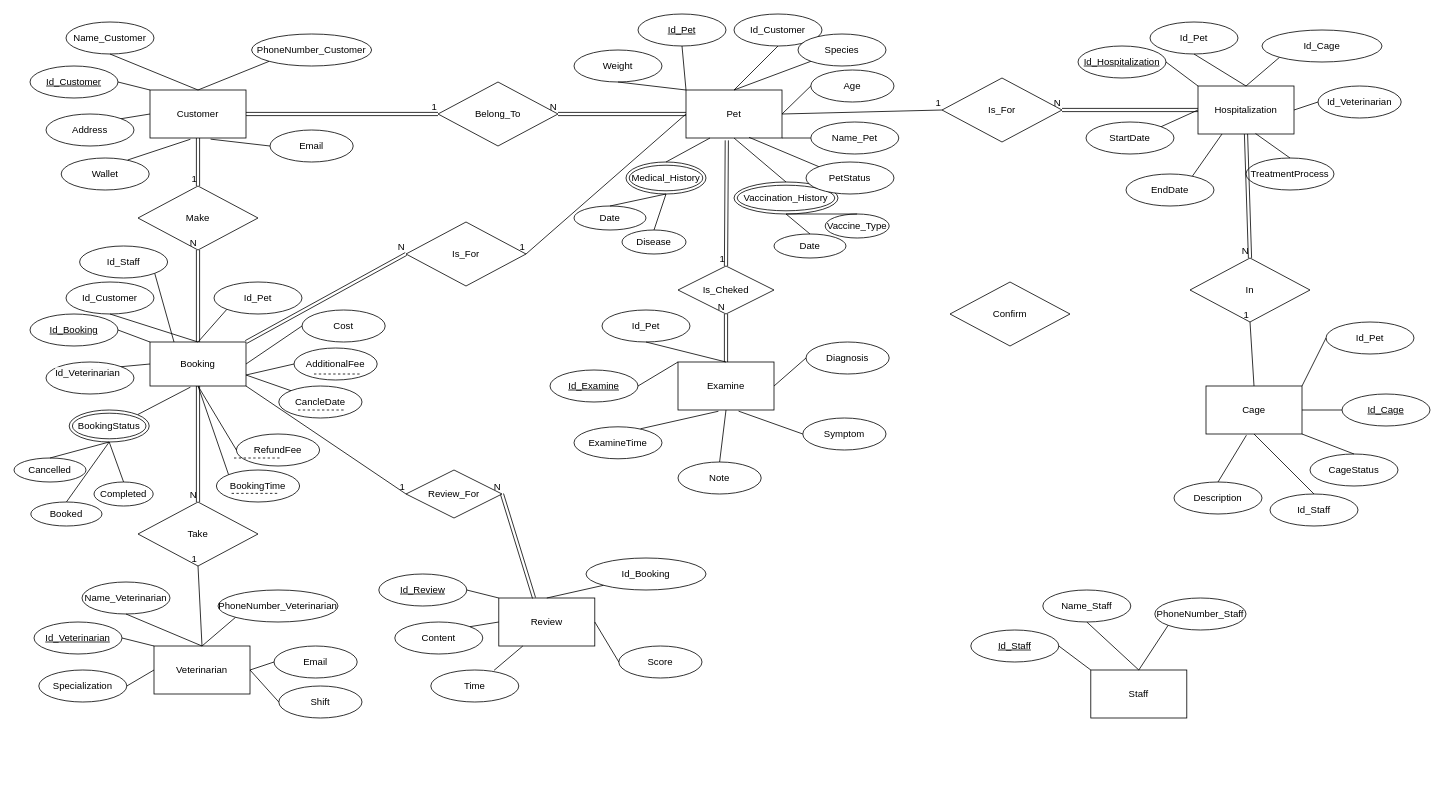
Before: ERDOfProject.drawio in haq1904/PetHealthCareSystemProject, a draw.io diagram. Source tidied: cells renumbered, new cells numbered last; positions are measured from the earlier drawing's top-left corner, leaving out a move shared by most shapes. Both pictures are drawn from the tidied source at 80%, with x=0, y=0 at pixel (14, 14).
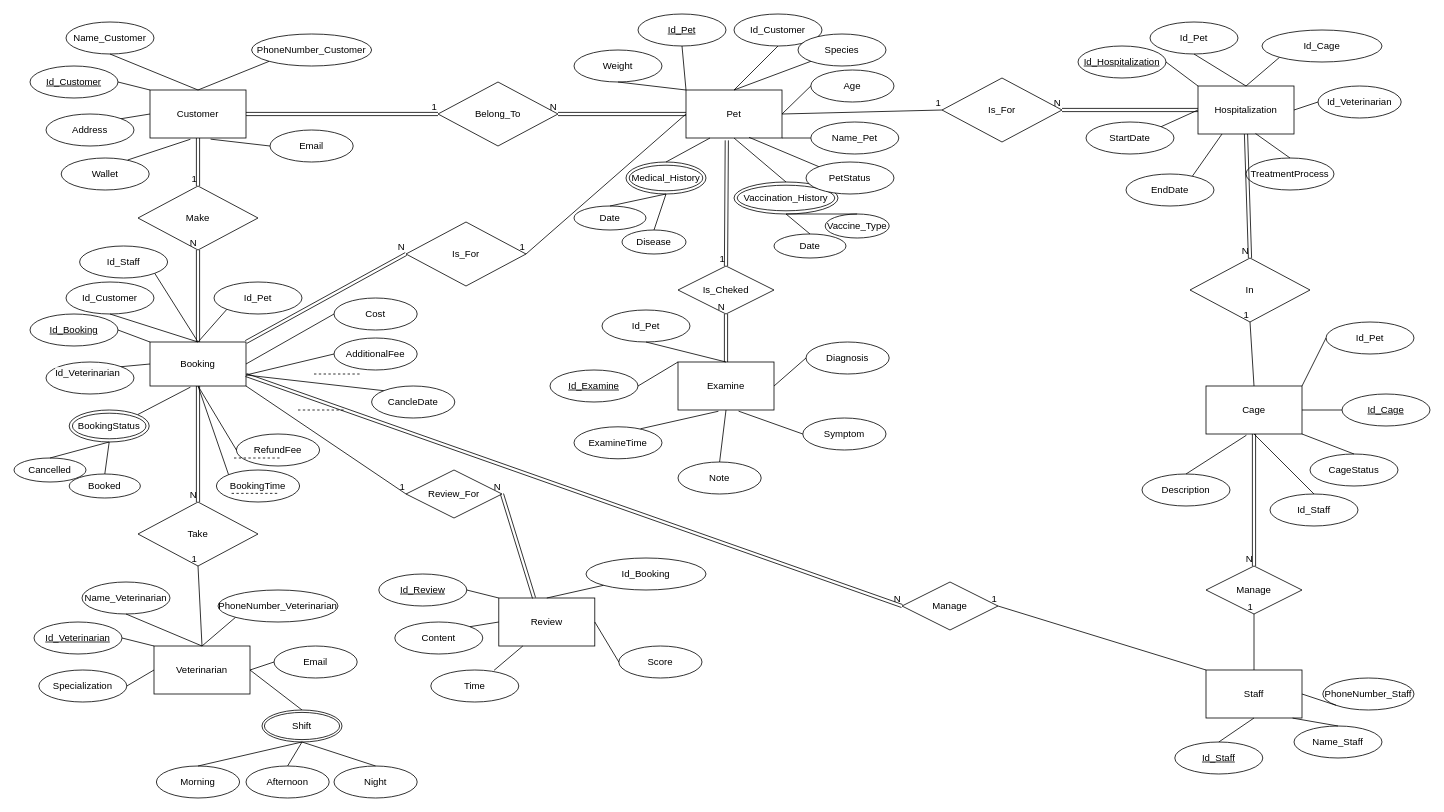
Above is the later version.

Commit message (it also covers changes not shown here):
Cập nhật ERDOfProject.drawio

Unchanged cells that the change refers to:
```xml
<mxCell id="47" value="Veterinarian" style="rounded=0;whiteSpace=wrap;html=1;" parent="1" vertex="1">
  <mxGeometry x="175" y="790" width="120" height="60" as="geometry" />
</mxCell>
<mxCell id="58" value="Booking" style="rounded=0;whiteSpace=wrap;html=1;" parent="1" vertex="1">
  <mxGeometry x="170" y="410" width="120" height="55" as="geometry" />
</mxCell>
<mxCell id="72" value="BookingStatus" style="ellipse;shape=doubleEllipse;whiteSpace=wrap;html=1;" parent="1" vertex="1">
  <mxGeometry x="69" y="495" width="100" height="40" as="geometry" />
</mxCell>
<mxCell id="85" value="Cage" style="rounded=0;whiteSpace=wrap;html=1;" parent="1" vertex="1">
  <mxGeometry x="1490" y="465" width="120" height="60" as="geometry" />
</mxCell>
<mxCell id="182" value="Id_Staff" style="ellipse;whiteSpace=wrap;html=1;" parent="1" vertex="1">
  <mxGeometry x="82" y="290" width="110" height="40" as="geometry" />
</mxCell>
```

The edit, as a diff of the source:
```diff
@@
     <mxCell id="40" value="Staff" style="rounded=0;whiteSpace=wrap;html=1;" parent="1" vertex="1">
-      <mxGeometry x="1346" y="820" width="120" height="60" as="geometry" />
+      <mxGeometry x="1490" y="820" width="120" height="60" as="geometry" />
     </mxCell>
     <mxCell id="41" value="&lt;u&gt;Id_Staff&lt;/u&gt;" style="ellipse;whiteSpace=wrap;html=1;" parent="1" vertex="1">
-      <mxGeometry x="1196" y="770" width="110" height="40" as="geometry" />
+      <mxGeometry x="1451" y="910" width="110" height="40" as="geometry" />
     </mxCell>
     <mxCell id="42" value="Name_Staff" style="ellipse;whiteSpace=wrap;html=1;" parent="1" vertex="1">
-      <mxGeometry x="1286" y="720" width="110" height="40" as="geometry" />
+      <mxGeometry x="1600" y="890" width="110" height="40" as="geometry" />
     </mxCell>
     <mxCell id="43" value="PhoneNumber_Staff" style="ellipse;whiteSpace=wrap;html=1;" parent="1" vertex="1">
-      <mxGeometry x="1426" y="730" width="114" height="40" as="geometry" />
+      <mxGeometry x="1636" y="830" width="114" height="40" as="geometry" />
     </mxCell>
-    <mxCell id="44" style="endArrow=none;html=1;rounded=0;entryX=0;entryY=1;entryDx=0;entryDy=0;exitX=0.5;exitY=0;exitDx=0;exitDy=0;" parent="1" edge="1" source="40" target="43">
+    <mxCell id="44" style="endArrow=none;html=1;rounded=0;entryX=0;entryY=1;entryDx=0;entryDy=0;exitX=1;exitY=0.5;exitDx=0;exitDy=0;" parent="1" edge="1" source="40" target="43">
       <mxGeometry relative="1" as="geometry" />
     </mxCell>
-    <mxCell id="45" style="endArrow=none;html=1;rounded=0;exitX=0.5;exitY=1;exitDx=0;exitDy=0;entryX=0.5;entryY=0;entryDx=0;entryDy=0;" parent="1" edge="1" source="42" target="40">
+    <mxCell id="45" style="endArrow=none;html=1;rounded=0;exitX=0.5;exitY=0;exitDx=0;exitDy=0;entryX=0.902;entryY=1.002;entryDx=0;entryDy=0;entryPerimeter=0;" parent="1" edge="1" source="42" target="40">
       <mxGeometry relative="1" as="geometry" />
     </mxCell>
-    <mxCell id="46" style="endArrow=none;html=1;rounded=0;exitX=1;exitY=0.5;exitDx=0;exitDy=0;entryX=0;entryY=0;entryDx=0;entryDy=0;" parent="1" edge="1" source="41" target="40">
+    <mxCell id="46" style="endArrow=none;html=1;rounded=0;exitX=0.5;exitY=0;exitDx=0;exitDy=0;entryX=0.5;entryY=1;entryDx=0;entryDy=0;" parent="1" edge="1" source="41" target="40">
       <mxGeometry relative="1" as="geometry" />
     </mxCell>
@@
     <mxCell id="63" value="Cost" style="ellipse;whiteSpace=wrap;html=1;" parent="1" vertex="1">
-      <mxGeometry x="360" y="370" width="104" height="40" as="geometry" />
+      <mxGeometry x="400" y="355" width="104" height="40" as="geometry" />
     </mxCell>
@@
-    <mxCell id="70" value="Shift" style="ellipse;whiteSpace=wrap;html=1;" parent="1" vertex="1">
-      <mxGeometry x="331" y="840" width="104" height="40" as="geometry" />
-    </mxCell>
-    <mxCell id="71" style="endArrow=none;html=1;rounded=0;entryX=1;entryY=0.5;entryDx=0;entryDy=0;exitX=0;exitY=0.5;exitDx=0;exitDy=0;" parent="1" edge="1" source="70" target="47">
+    <mxCell id="71" style="endArrow=none;html=1;rounded=0;entryX=1;entryY=0.5;entryDx=0;entryDy=0;exitX=0.5;exitY=0;exitDx=0;exitDy=0;" parent="1" edge="1" source="70" target="47">
       <mxGeometry relative="1" as="geometry" />
     </mxCell>
@@
     <mxCell id="74" value="Booked" style="ellipse;whiteSpace=wrap;html=1;" parent="1" vertex="1">
-      <mxGeometry x="21" y="610" width="89" height="30" as="geometry" />
+      <mxGeometry x="69" y="575" width="89" height="30" as="geometry" />
     </mxCell>
-    <mxCell id="75" value="Completed" style="ellipse;whiteSpace=wrap;html=1;" parent="1" vertex="1">
-      <mxGeometry x="100" y="585" width="74" height="30" as="geometry" />
-    </mxCell>
@@
-    <mxCell id="78" style="endArrow=none;html=1;rounded=0;exitX=0.5;exitY=0;exitDx=0;exitDy=0;entryX=0.5;entryY=1;entryDx=0;entryDy=0;" parent="1" edge="1" source="75" target="72">
-      <mxGeometry relative="1" as="geometry" />
-    </mxCell>
     <mxCell id="79" value="CancleDate" style="ellipse;whiteSpace=wrap;html=1;" parent="1" vertex="1">
-      <mxGeometry x="331" y="465" width="104" height="40" as="geometry" />
+      <mxGeometry x="447" y="465" width="104" height="40" as="geometry" />
     </mxCell>
@@
     <mxCell id="88" value="Description" style="ellipse;whiteSpace=wrap;html=1;" parent="1" vertex="1">
-      <mxGeometry x="1450" y="585" width="110" height="40" as="geometry" />
+      <mxGeometry x="1410" y="575" width="110" height="40" as="geometry" />
     </mxCell>
@@
-    <mxCell id="166" value="Confirm" style="rhombus;whiteSpace=wrap;html=1;" parent="1" vertex="1">
-      <mxGeometry x="1170" y="335" width="150" height="80" as="geometry" />
-    </mxCell>
@@
     <mxCell id="170" value="AdditionalFee" style="ellipse;whiteSpace=wrap;html=1;" parent="1" vertex="1">
-      <mxGeometry x="350" y="417.5" width="104" height="40" as="geometry" />
+      <mxGeometry x="400" y="405" width="104" height="40" as="geometry" />
     </mxCell>
@@
-    <mxCell id="183" style="endArrow=none;html=1;rounded=0;entryX=0.25;entryY=0;entryDx=0;entryDy=0;exitX=1;exitY=1;exitDx=0;exitDy=0;" parent="1" edge="1" source="182" target="58">
+    <mxCell id="183" style="endArrow=none;html=1;rounded=0;entryX=0.5;entryY=0;entryDx=0;entryDy=0;exitX=1;exitY=1;exitDx=0;exitDy=0;" parent="1" edge="1" source="182" target="58">
       <mxGeometry relative="1" as="geometry" />
     </mxCell>
@@
+    <mxCell id="70" value="Shift" style="ellipse;shape=doubleEllipse;margin=3;whiteSpace=wrap;html=1;align=center;" parent="1" vertex="1">
+      <mxGeometry x="310" y="870" width="100" height="40" as="geometry" />
+    </mxCell>
+    <mxCell id="187" value="Morning" style="ellipse;whiteSpace=wrap;html=1;" parent="1" vertex="1">
+      <mxGeometry x="178" y="940" width="104" height="40" as="geometry" />
+    </mxCell>
+    <mxCell id="188" value="Afternoon" style="ellipse;whiteSpace=wrap;html=1;" parent="1" vertex="1">
+      <mxGeometry x="290" y="940" width="104" height="40" as="geometry" />
+    </mxCell>
+    <mxCell id="189" value="Night" style="ellipse;whiteSpace=wrap;html=1;" parent="1" vertex="1">
+      <mxGeometry x="400" y="940" width="104" height="40" as="geometry" />
+    </mxCell>
+    <mxCell id="190" style="endArrow=none;html=1;rounded=0;exitX=0.5;exitY=0;exitDx=0;exitDy=0;entryX=0.5;entryY=1;entryDx=0;entryDy=0;" parent="1" edge="1" source="187" target="70">
+      <mxGeometry relative="1" as="geometry" />
+    </mxCell>
+    <mxCell id="191" style="endArrow=none;html=1;rounded=0;exitX=0.5;exitY=0;exitDx=0;exitDy=0;entryX=0.5;entryY=1;entryDx=0;entryDy=0;" parent="1" edge="1" source="188" target="70">
+      <mxGeometry relative="1" as="geometry" />
+    </mxCell>
+    <mxCell id="192" style="endArrow=none;html=1;rounded=0;exitX=0.5;exitY=0;exitDx=0;exitDy=0;entryX=0.5;entryY=1;entryDx=0;entryDy=0;" parent="1" edge="1" source="189" target="70">
+      <mxGeometry relative="1" as="geometry" />
+    </mxCell>
+    <mxCell id="193" value="Manage" style="shape=rhombus;perimeter=rhombusPerimeter;whiteSpace=wrap;html=1;align=center;" parent="1" vertex="1">
+      <mxGeometry x="1490" y="690" width="120" height="60" as="geometry" />
+    </mxCell>
+    <mxCell id="194" value="Manage" style="shape=rhombus;perimeter=rhombusPerimeter;whiteSpace=wrap;html=1;align=center;" parent="1" vertex="1">
+      <mxGeometry x="1110" y="710" width="120" height="60" as="geometry" />
+    </mxCell>
+    <mxCell id="195" style="shape=link;html=1;rounded=0;entryX=0.5;entryY=0;entryDx=0;entryDy=0;exitX=0.5;exitY=1;exitDx=0;exitDy=0;" parent="1" edge="1" source="85" target="193">
+      <mxGeometry relative="1" as="geometry" />
+    </mxCell>
+    <mxCell id="196" value="N" style="html=1;whiteSpace=wrap;align=right;verticalAlign=bottom;" parent="195" vertex="1">
+      <mxGeometry x="1" relative="1" as="geometry" />
+    </mxCell>
+    <mxCell id="197" style="endArrow=none;html=1;rounded=0;exitX=0.5;exitY=0;exitDx=0;exitDy=0;entryX=0.5;entryY=1;entryDx=0;entryDy=0;" parent="1" edge="1" source="40" target="193">
+      <mxGeometry relative="1" as="geometry" />
+    </mxCell>
+    <mxCell id="198" value="1" style="html=1;whiteSpace=wrap;align=right;verticalAlign=bottom;" parent="197" vertex="1">
+      <mxGeometry x="1" relative="1" as="geometry" />
+    </mxCell>
+    <mxCell id="199" style="shape=link;html=1;rounded=0;exitX=1;exitY=0.75;exitDx=0;exitDy=0;entryX=0;entryY=0.5;entryDx=0;entryDy=0;" parent="1" edge="1" source="58" target="194">
+      <mxGeometry relative="1" as="geometry" />
+    </mxCell>
+    <mxCell id="200" value="N" style="html=1;whiteSpace=wrap;align=right;verticalAlign=bottom;" parent="199" vertex="1">
+      <mxGeometry x="1" relative="1" as="geometry" />
+    </mxCell>
+    <mxCell id="201" style="endArrow=none;html=1;rounded=0;entryX=1;entryY=0.5;entryDx=0;entryDy=0;exitX=0;exitY=0;exitDx=0;exitDy=0;" parent="1" edge="1" source="40" target="194">
+      <mxGeometry relative="1" as="geometry" />
+    </mxCell>
+    <mxCell id="202" value="1" style="html=1;whiteSpace=wrap;align=right;verticalAlign=bottom;" parent="201" vertex="1">
+      <mxGeometry x="1" relative="1" as="geometry" />
+    </mxCell>
```
